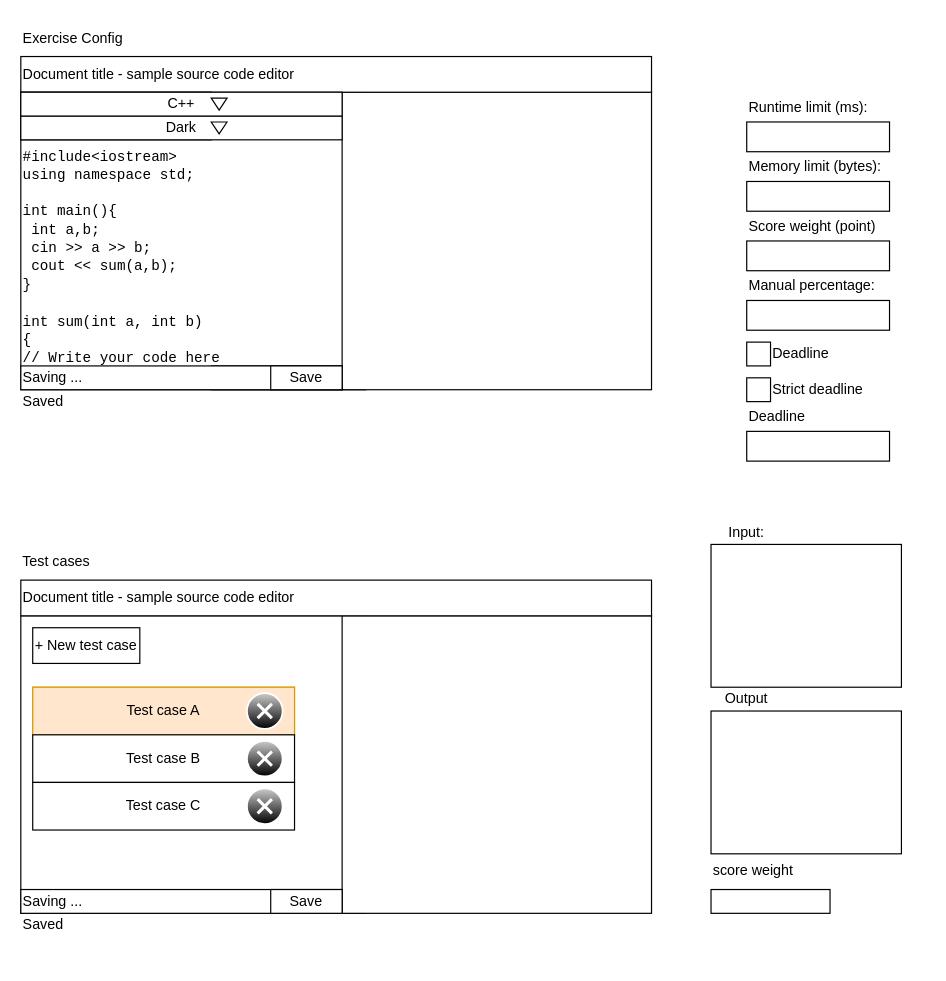
This is page "UI<DocumentExercise>" (17 of 17) of docs/Diagrams.drawio from PhungThanhTu/pcode, a draw.io file, before an edit. Source tidied: cells renumbered, new cells numbered last; positions are measured from the earlier drawing's top-left corner, leaving out a move shared by most shapes. Both pictures are drawn from the tidied source at 119%, with x=0, y=0 at pixel (20, 20).
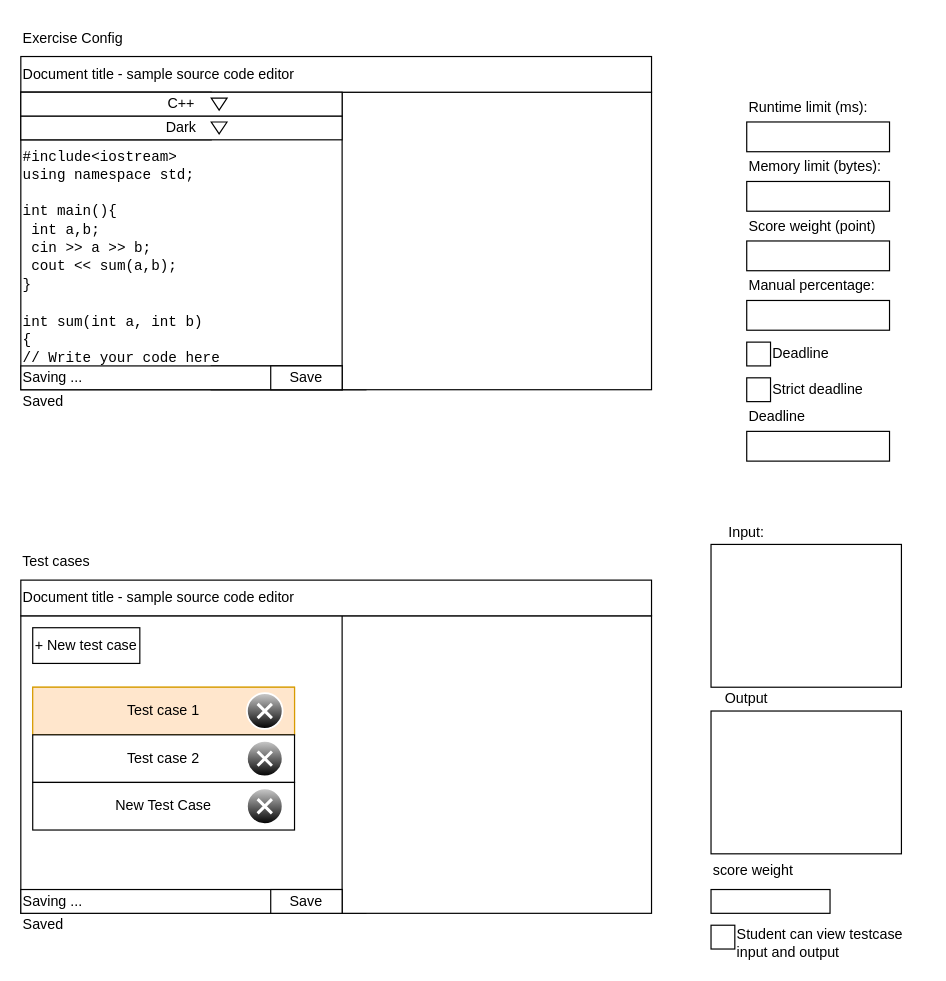
After the change.

Commit message (it also covers changes not shown here):
test case - create procs, schema, dummy routes

Unchanged cells that the change refers to:
```xml
<mxCell id="10" style="group;fillColor=#ffe6cc;strokeColor=#d79b00;" parent="1" vertex="1">
  <mxGeometry x="10" y="560" width="220" height="40" as="geometry" />
</mxCell>
<mxCell id="13" style="group;" parent="1" vertex="1">
  <mxGeometry x="10" y="600" width="220" height="40" as="geometry" />
</mxCell>
<mxCell id="16" style="group;" parent="1" vertex="1">
  <mxGeometry x="10" y="640" width="220" height="40" as="geometry" />
</mxCell>
```

Change to the diagram source:
```diff
@@
-    <mxCell id="11" value="Test case A" style="rounded=0;whiteSpace=wrap;html=1;fillColor=#ffe6cc;strokeColor=#d79b00;" parent="10" vertex="1">
+    <mxCell id="11" value="Test case 1" style="rounded=0;whiteSpace=wrap;html=1;fillColor=#ffe6cc;strokeColor=#d79b00;" parent="10" vertex="1">
       <mxGeometry width="220" height="40" as="geometry" />
     </mxCell>
@@
-    <mxCell id="14" value="Test case B" style="rounded=0;whiteSpace=wrap;html=1;" parent="13" vertex="1">
+    <mxCell id="14" value="Test case 2" style="rounded=0;whiteSpace=wrap;html=1;" parent="13" vertex="1">
       <mxGeometry width="220" height="40" as="geometry" />
     </mxCell>
@@
-    <mxCell id="17" value="Test case C" style="rounded=0;whiteSpace=wrap;html=1;" parent="16" vertex="1">
+    <mxCell id="17" value="New Test Case" style="rounded=0;whiteSpace=wrap;html=1;" parent="16" vertex="1">
       <mxGeometry width="220" height="40" as="geometry" />
     </mxCell>
@@
+    <mxCell id="69" style="rounded=0;whiteSpace=wrap;html=1;" parent="1" vertex="1">
+      <mxGeometry x="580" y="760" width="20" height="20" as="geometry" />
+    </mxCell>
+    <mxCell id="70" value="Student can view testcase input and output" style="text;html=1;strokeColor=none;fillColor=none;align=left;verticalAlign=middle;whiteSpace=wrap;rounded=0;" parent="1" vertex="1">
+      <mxGeometry x="600" y="760" width="160" height="30" as="geometry" />
+    </mxCell>
```
